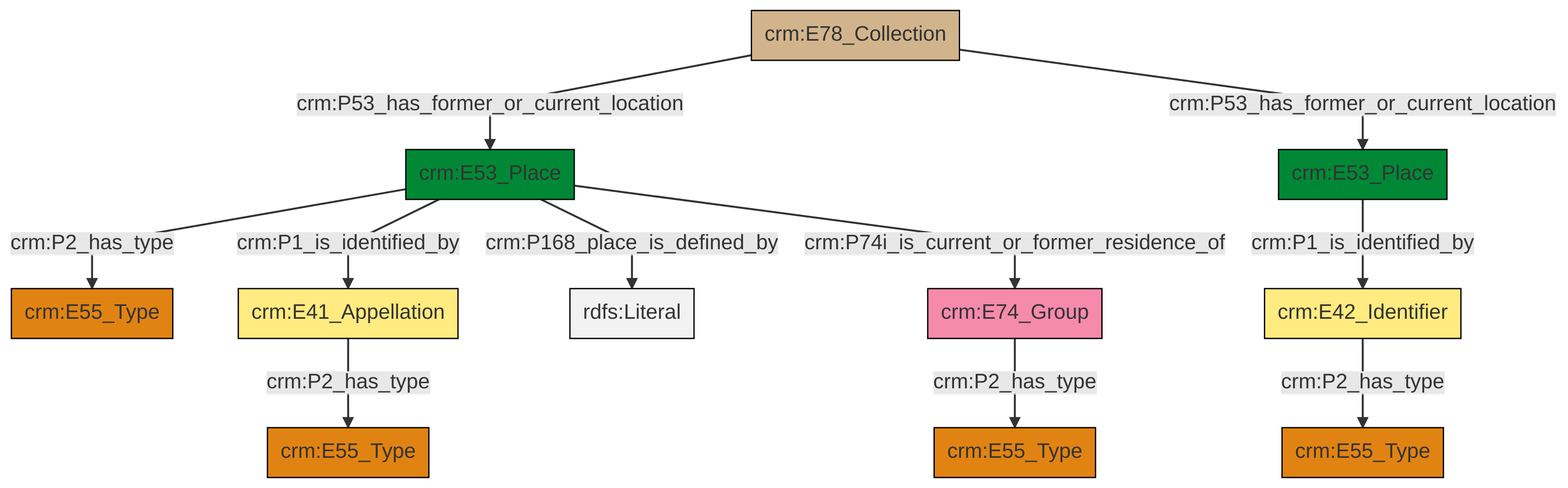
Earlier version of the Mermaid export et/archivalCSV/ttl/mmd/png/archival_location.png (swiss-art-research-net/docs.swissartresearch). Its source is kept beside it as et/archivalCSV/ttl/mmd/archival_location.ttl.mmd.
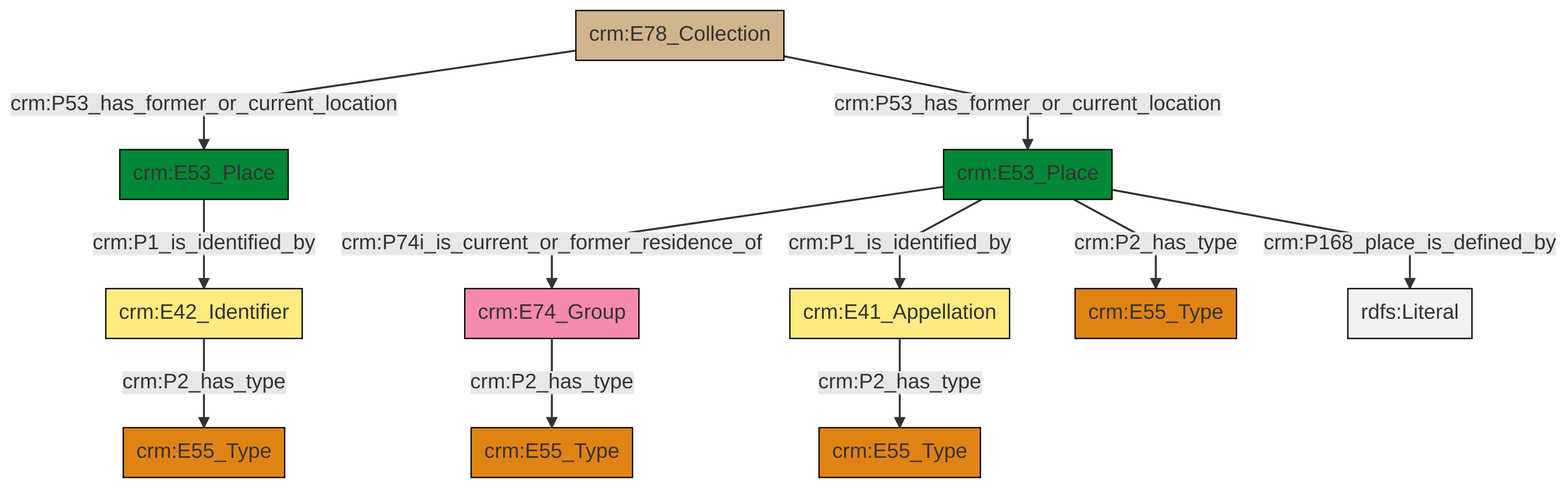
Later version of the same file.

Change to the diagram source:
```diff
@@ -13,13 +13,13 @@
 classDef PC_Classes fill:#4ce600, stroke:#000000;
 classDef Multi fill:#cccccc,stroke:#000000;
 
-0["crm:E53_Place"]:::Place -->|crm:P1_is_identified_by| 1["crm:E42_Identifier"]:::Appellation
-4["crm:E74_Group"]:::Actor -->|crm:P2_has_type| 5["crm:E55_Type"]:::Type
-2["crm:E53_Place"]:::Place -->|crm:P2_has_type| 6["crm:E55_Type"]:::Type
-9["crm:E41_Appellation"]:::Appellation -->|crm:P2_has_type| 10["crm:E55_Type"]:::Type
-2["crm:E53_Place"]:::Place -->|crm:P1_is_identified_by| 9["crm:E41_Appellation"]:::Appellation
-2["crm:E53_Place"]:::Place -->|crm:P168_place_is_defined_by| 17[rdfs:Literal]:::Literal
-13["crm:E78_Collection"]:::Physical_Thing -->|crm:P53_has_former_or_current_location| 2["crm:E53_Place"]:::Place
-2["crm:E53_Place"]:::Place -->|crm:P74i_is_current_or_former_residence_of| 4["crm:E74_Group"]:::Actor
-13["crm:E78_Collection"]:::Physical_Thing -->|crm:P53_has_former_or_current_location| 0["crm:E53_Place"]:::Place
-1["crm:E42_Identifier"]:::Appellation -->|crm:P2_has_type| 19["crm:E55_Type"]:::Type
+0["crm:E41_Appellation"]:::Appellation -->|crm:P2_has_type| 1["crm:E55_Type"]:::Type
+2["crm:E53_Place"]:::Place -->|crm:P1_is_identified_by| 3["crm:E42_Identifier"]:::Appellation
+3["crm:E42_Identifier"]:::Appellation -->|crm:P2_has_type| 4["crm:E55_Type"]:::Type
+9["crm:E74_Group"]:::Actor -->|crm:P2_has_type| 6["crm:E55_Type"]:::Type
+11["crm:E53_Place"]:::Place -->|crm:P2_has_type| 16["crm:E55_Type"]:::Type
+14["crm:E78_Collection"]:::Physical_Thing -->|crm:P53_has_former_or_current_location| 2["crm:E53_Place"]:::Place
+11["crm:E53_Place"]:::Place -->|crm:P74i_is_current_or_former_residence_of| 9["crm:E74_Group"]:::Actor
+11["crm:E53_Place"]:::Place -->|crm:P1_is_identified_by| 0["crm:E41_Appellation"]:::Appellation
+14["crm:E78_Collection"]:::Physical_Thing -->|crm:P53_has_former_or_current_location| 11["crm:E53_Place"]:::Place
+11["crm:E53_Place"]:::Place -->|crm:P168_place_is_defined_by| 24[rdfs:Literal]:::Literal
```
